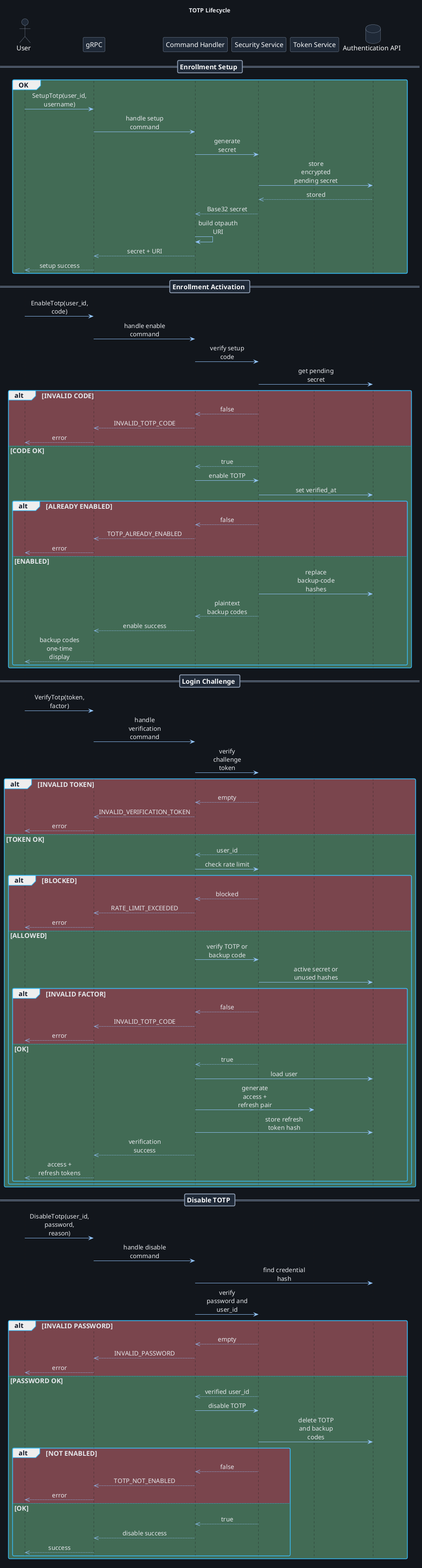
OODesigns/central-auth-service keeps this PlantUML diagram as design/authentication/TOTP_Lifecycle.png. Above is the earlier version. Source of this version:
```plantuml
@startuml TOTP_Lifecycle
!include ../themes/dark-theme.puml
title TOTP Lifecycle
hide footbox

actor User
participant "gRPC" as Grpc
participant "Command Handler" as Handler
participant "Security Service" as Security
participant "Token Service" as Tokens
database "Authentication API" as Db

== Enrollment Setup ==
group #426b55 OK
  User -> Grpc: SetupTotp(user_id, username)
  Grpc -> Handler: handle setup command
  Handler -> Security: generate secret
  Security -> Db: store encrypted pending secret
  Db -->> Security: stored
  Security -->> Handler: Base32 secret
  Handler -> Handler: build otpauth URI
  Handler -->> Grpc: secret + URI
  Grpc -->> User: setup success
end

== Enrollment Activation ==
User -> Grpc: EnableTotp(user_id, code)
Grpc -> Handler: handle enable command
Handler -> Security: verify setup code
Security -> Db: get pending secret
alt #7a454d INVALID CODE
  Security -->> Handler: false
  Handler -->> Grpc: INVALID_TOTP_CODE
  Grpc -->> User: error
else #426b55 CODE OK
  Security -->> Handler: true
  Handler -> Security: enable TOTP
  Security -> Db: set verified_at
  alt #7a454d ALREADY ENABLED
    Security -->> Handler: false
    Handler -->> Grpc: TOTP_ALREADY_ENABLED
    Grpc -->> User: error
  else #426b55 ENABLED
    Security -> Db: replace backup-code hashes
    Security -->> Handler: plaintext backup codes
    Handler -->> Grpc: enable success
    Grpc -->> User: backup codes\none-time display
  end
end

== Login Challenge ==
User -> Grpc: VerifyTotp(token, factor)
Grpc -> Handler: handle verification command
Handler -> Security: verify challenge token
alt #7a454d INVALID TOKEN
  Security -->> Handler: empty
  Handler -->> Grpc: INVALID_VERIFICATION_TOKEN
  Grpc -->> User: error
else #426b55 TOKEN OK
  Security -->> Handler: user_id
  Handler -> Security: check rate limit
  alt #7a454d BLOCKED
    Security -->> Handler: blocked
    Handler -->> Grpc: RATE_LIMIT_EXCEEDED
    Grpc -->> User: error
  else #426b55 ALLOWED
    Handler -> Security: verify TOTP or backup code
    Security -> Db: active secret or unused hashes
    alt #7a454d INVALID FACTOR
      Security -->> Handler: false
      Handler -->> Grpc: INVALID_TOTP_CODE
      Grpc -->> User: error
    else #426b55 OK
      Security -->> Handler: true
      Handler -> Db: load user
      Handler -> Tokens: generate access + refresh pair
      Handler -> Db: store refresh token hash
      Handler -->> Grpc: verification success
      Grpc -->> User: access + refresh tokens
    end
  end
end

== Disable TOTP ==
User -> Grpc: DisableTotp(user_id, password, reason)
Grpc -> Handler: handle disable command
Handler -> Db: find credential hash
Handler -> Security: verify password and user_id
alt #7a454d INVALID PASSWORD
  Security -->> Handler: empty
  Handler -->> Grpc: INVALID_PASSWORD
  Grpc -->> User: error
else #426b55 PASSWORD OK
  Security -->> Handler: verified user_id
  Handler -> Security: disable TOTP
  Security -> Db: delete TOTP and backup codes
  alt #7a454d NOT ENABLED
    Security -->> Handler: false
    Handler -->> Grpc: TOTP_NOT_ENABLED
    Grpc -->> User: error
  else #426b55 OK
    Security -->> Handler: true
    Handler -->> Grpc: disable success
    Grpc -->> User: success
  end
end
@enduml
```
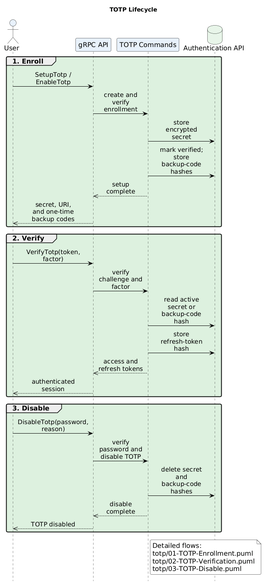
After the commit.

Diff of the diagram source:
```diff
@@ -4,104 +4,40 @@
 hide footbox
 
 actor User
-participant "gRPC" as Grpc
-participant "Command Handler" as Handler
-participant "Security Service" as Security
-participant "Token Service" as Tokens
+participant "gRPC API" as Grpc
+participant "TOTP Commands" as Handler
 database "Authentication API" as Db
 
-== Enrollment Setup ==
-group #426b55 OK
-  User -> Grpc: SetupTotp(user_id, username)
-  Grpc -> Handler: handle setup command
-  Handler -> Security: generate secret
-  Security -> Db: store encrypted pending secret
-  Db -->> Security: stored
-  Security -->> Handler: Base32 secret
-  Handler -> Handler: build otpauth URI
-  Handler -->> Grpc: secret + URI
-  Grpc -->> User: setup success
+group #C7E8C999 1. Enroll
+User -> Grpc: SetupTotp / EnableTotp
+Grpc -> Handler: create and verify enrollment
+Handler -> Db: store encrypted secret
+Handler -> Db: mark verified; store backup-code hashes
+Handler -->> Grpc: setup complete
+Grpc -->> User: secret, URI, and one-time backup codes
 end
 
-== Enrollment Activation ==
-User -> Grpc: EnableTotp(user_id, code)
-Grpc -> Handler: handle enable command
-Handler -> Security: verify setup code
-Security -> Db: get pending secret
-alt #7a454d INVALID CODE
-  Security -->> Handler: false
-  Handler -->> Grpc: INVALID_TOTP_CODE
-  Grpc -->> User: error
-else #426b55 CODE OK
-  Security -->> Handler: true
-  Handler -> Security: enable TOTP
-  Security -> Db: set verified_at
-  alt #7a454d ALREADY ENABLED
-    Security -->> Handler: false
-    Handler -->> Grpc: TOTP_ALREADY_ENABLED
-    Grpc -->> User: error
-  else #426b55 ENABLED
-    Security -> Db: replace backup-code hashes
-    Security -->> Handler: plaintext backup codes
-    Handler -->> Grpc: enable success
-    Grpc -->> User: backup codes\none-time display
-  end
+group #C7E8C999 2. Verify
+User -> Grpc: VerifyTotp(token, factor)
+Grpc -> Handler: verify challenge and factor
+Handler -> Db: read active secret or backup-code hash
+Handler -> Db: store refresh-token hash
+Handler -->> Grpc: access and refresh tokens
+Grpc -->> User: authenticated session
 end
 
-== Login Challenge ==
-User -> Grpc: VerifyTotp(token, factor)
-Grpc -> Handler: handle verification command
-Handler -> Security: verify challenge token
-alt #7a454d INVALID TOKEN
-  Security -->> Handler: empty
-  Handler -->> Grpc: INVALID_VERIFICATION_TOKEN
-  Grpc -->> User: error
-else #426b55 TOKEN OK
-  Security -->> Handler: user_id
-  Handler -> Security: check rate limit
-  alt #7a454d BLOCKED
-    Security -->> Handler: blocked
-    Handler -->> Grpc: RATE_LIMIT_EXCEEDED
-    Grpc -->> User: error
-  else #426b55 ALLOWED
-    Handler -> Security: verify TOTP or backup code
-    Security -> Db: active secret or unused hashes
-    alt #7a454d INVALID FACTOR
-      Security -->> Handler: false
-      Handler -->> Grpc: INVALID_TOTP_CODE
-      Grpc -->> User: error
-    else #426b55 OK
-      Security -->> Handler: true
-      Handler -> Db: load user
-      Handler -> Tokens: generate access + refresh pair
-      Handler -> Db: store refresh token hash
-      Handler -->> Grpc: verification success
-      Grpc -->> User: access + refresh tokens
-    end
-  end
+group #C7E8C999 3. Disable
+User -> Grpc: DisableTotp(password, reason)
+Grpc -> Handler: verify password and disable TOTP
+Handler -> Db: delete secret and backup-code hashes
+Handler -->> Grpc: disable complete
+Grpc -->> User: TOTP disabled
 end
 
-== Disable TOTP ==
-User -> Grpc: DisableTotp(user_id, password, reason)
-Grpc -> Handler: handle disable command
-Handler -> Db: find credential hash
-Handler -> Security: verify password and user_id
-alt #7a454d INVALID PASSWORD
-  Security -->> Handler: empty
-  Handler -->> Grpc: INVALID_PASSWORD
-  Grpc -->> User: error
-else #426b55 PASSWORD OK
-  Security -->> Handler: verified user_id
-  Handler -> Security: disable TOTP
-  Security -> Db: delete TOTP and backup codes
-  alt #7a454d NOT ENABLED
-    Security -->> Handler: false
-    Handler -->> Grpc: TOTP_NOT_ENABLED
-    Grpc -->> User: error
-  else #426b55 OK
-    Security -->> Handler: true
-    Handler -->> Grpc: disable success
-    Grpc -->> User: success
-  end
-end
+note right of Handler
+  Detailed flows:
+  totp/01-TOTP-Enrollment.puml
+  totp/02-TOTP-Verification.puml
+  totp/03-TOTP-Disable.puml
+end note
 @enduml
```
